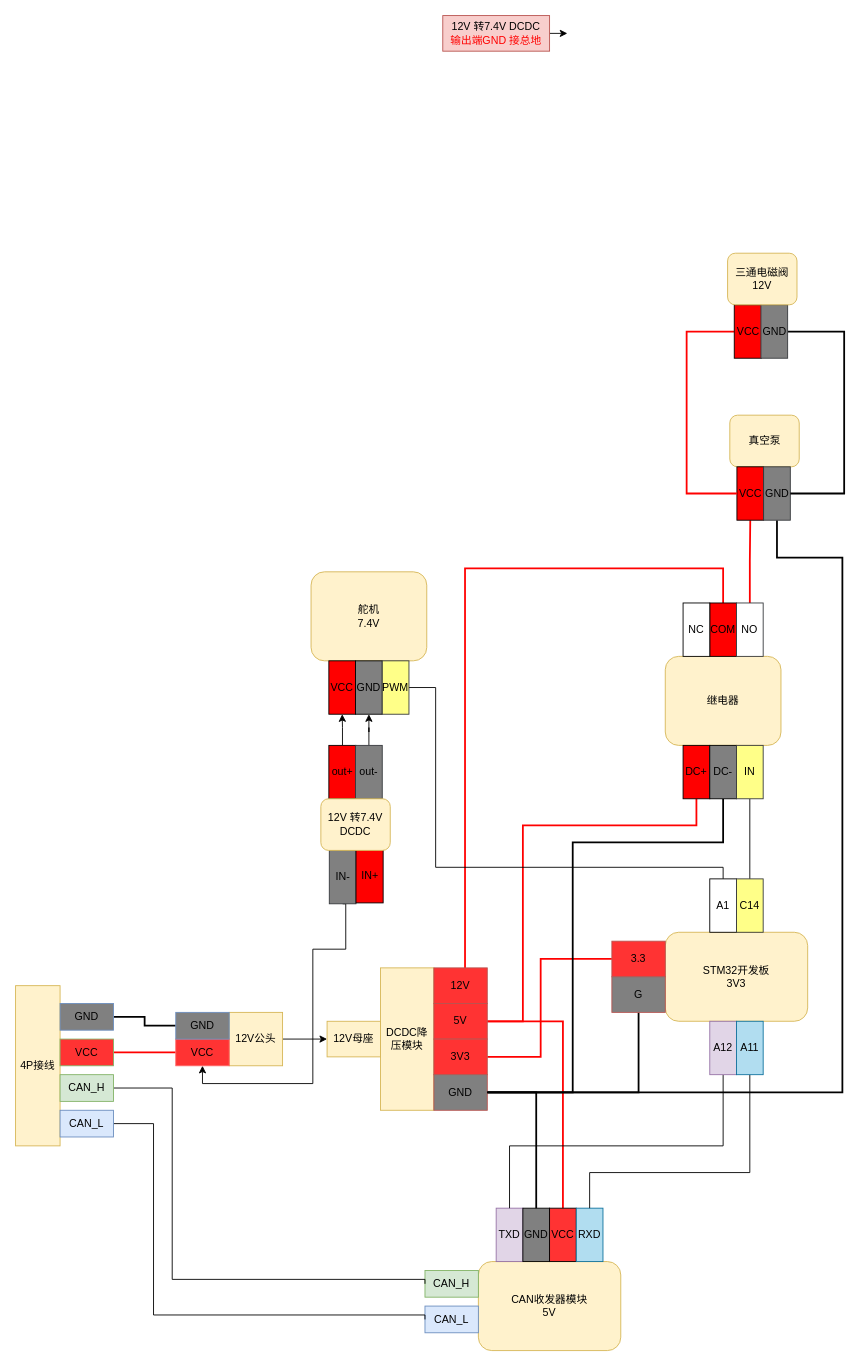
This is page "第 4 页" (4 of 4) of 未命名绘图.drawio from enpeizhao/drawio_disk, a draw.io file, before an edit. Source tidied: cells renumbered, new cells numbered last; positions are measured from the earlier drawing's top-left corner, leaving out a move shared by most shapes. Both pictures are drawn from the tidied source at 89%, with x=0, y=0 at pixel (15, 15).
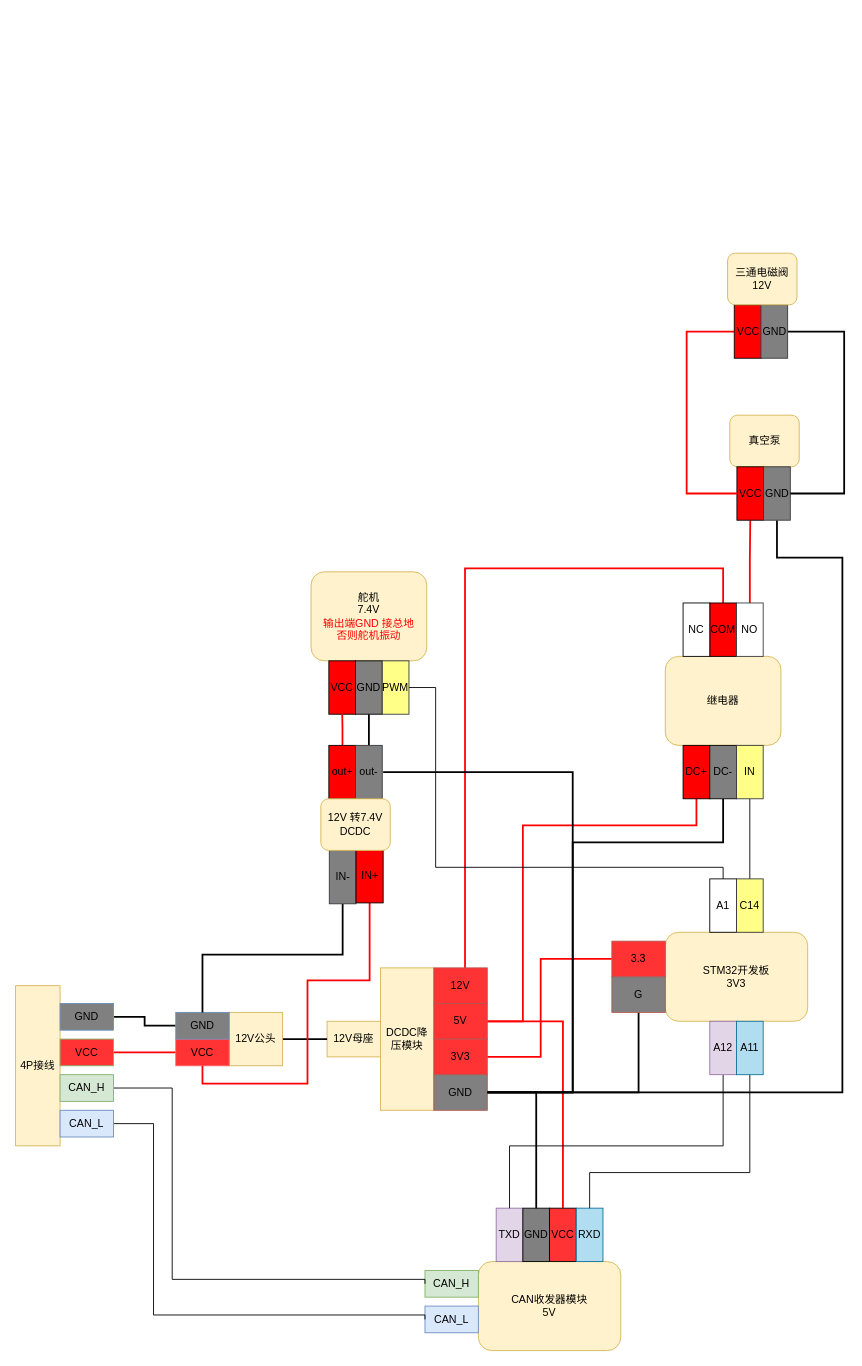
Above is the later version.

Commit message:
更新未命名绘图.drawio

The change refers to these unchanged cells:
```xml
<mxCell id="11" value="12V母座" style="rounded=0;whiteSpace=wrap;html=1;fillColor=#fff2cc;strokeColor=#d6b656;" parent="1" vertex="1">
  <mxGeometry x="350" y="1130" width="60" height="40" as="geometry" />
</mxCell>
<mxCell id="30" value="12V公头" style="rounded=0;whiteSpace=wrap;html=1;fillColor=#fff2cc;strokeColor=#d6b656;" parent="1" vertex="1">
  <mxGeometry x="240" y="1120" width="60" height="60" as="geometry" />
</mxCell>
<mxCell id="31" value="VCC" style="rounded=0;whiteSpace=wrap;html=1;fillColor=#FF3333;strokeColor=#FF6666;" parent="1" vertex="1">
  <mxGeometry x="180" y="1150" width="60" height="30" as="geometry" />
</mxCell>
<mxCell id="32" value="GND" style="rounded=0;whiteSpace=wrap;html=1;fillColor=#808080;strokeColor=#6c8ebf;" parent="1" vertex="1">
  <mxGeometry x="180" y="1120" width="60" height="30" as="geometry" />
</mxCell>
<mxCell id="66" value="VCC" style="rounded=0;whiteSpace=wrap;html=1;fillColor=#FF0000;" parent="1" vertex="1">
  <mxGeometry x="352" y="725" width="30" height="60" as="geometry" />
</mxCell>
<mxCell id="67" value="GND" style="rounded=0;whiteSpace=wrap;html=1;fillColor=#808080;" parent="1" vertex="1">
  <mxGeometry x="382" y="725" width="30" height="60" as="geometry" />
</mxCell>
<mxCell id="70" value="IN-" style="rounded=0;whiteSpace=wrap;html=1;fillColor=#808080;strokeColor=#36393d;" parent="1" vertex="1">
  <mxGeometry x="352.5" y="938" width="30" height="60" as="geometry" />
</mxCell>
<mxCell id="72" value="out+" style="rounded=0;whiteSpace=wrap;html=1;fillColor=#FF0000;" parent="1" vertex="1">
  <mxGeometry x="352" y="820" width="30.5" height="60" as="geometry" />
</mxCell>
<mxCell id="74" value="out-" style="rounded=0;whiteSpace=wrap;html=1;fillColor=#808080;strokeColor=#36393d;" parent="1" vertex="1">
  <mxGeometry x="382" y="820" width="30" height="60" as="geometry" />
</mxCell>
<mxCell id="75" value="IN+" style="rounded=0;whiteSpace=wrap;html=1;fillColor=#FF0000;" parent="1" vertex="1">
  <mxGeometry x="382.5" y="937" width="30.5" height="60" as="geometry" />
</mxCell>
```

Change to the diagram source:
```diff
@@
-    <mxCell id="13" style="edgeStyle=orthogonalEdgeStyle;rounded=0;jettySize=auto;html=1;" parent="1" edge="1" source="14">
-      <mxGeometry relative="1" as="geometry">
-        <mxPoint x="620" y="20" as="targetPoint" />
-      </mxGeometry>
-    </mxCell>
-    <mxCell id="14" value="12V 转7.4V DCDC&lt;br&gt;&lt;font color=&quot;#ff0000&quot;&gt;输出端GND 接总地&lt;/font&gt;" style="rounded=0;whiteSpace=wrap;html=1;fillColor=#f8cecc;strokeColor=#b85450;" parent="1" vertex="1">
-      <mxGeometry x="480" width="120" height="40" as="geometry" />
-    </mxCell>
@@
-    <mxCell id="29" style="edgeStyle=orthogonalEdgeStyle;rounded=0;jettySize=auto;html=1;" parent="1" edge="1" source="30" target="11">
+    <mxCell id="29" style="edgeStyle=orthogonalEdgeStyle;rounded=0;jettySize=auto;html=1;startArrow=none;startFill=0;strokeWidth=2;endArrow=none;" parent="1" edge="1" source="30" target="11">
       <mxGeometry relative="1" as="geometry" />
     </mxCell>
@@
-    <mxCell id="65" value="舵机&lt;div&gt;7.4V&lt;/div&gt;" style="rounded=1;whiteSpace=wrap;html=1;fillColor=#fff2cc;strokeColor=#d6b656;" parent="1" vertex="1">
+    <mxCell id="65" value="舵机&lt;div&gt;7.4V&lt;/div&gt;&lt;div&gt;&lt;span style=&quot;color: rgb(255, 0, 0);&quot;&gt;输出端GND 接总地&lt;/span&gt;&lt;/div&gt;&lt;div&gt;&lt;span style=&quot;color: rgb(255, 0, 0);&quot;&gt;否则舵机振动&lt;/span&gt;&lt;/div&gt;" style="rounded=1;whiteSpace=wrap;html=1;fillColor=#fff2cc;strokeColor=#d6b656;" parent="1" vertex="1">
       <mxGeometry x="332" y="625" width="130" height="100" as="geometry" />
     </mxCell>
@@
-    <mxCell id="69" style="edgeStyle=orthogonalEdgeStyle;rounded=0;jettySize=auto;html=1;exitX=0.5;exitY=1;exitDx=0;exitDy=0;entryX=0.5;entryY=1;entryDx=0;entryDy=0;" parent="1" edge="1" source="70" target="31">
-      <mxGeometry relative="1" as="geometry">
-        <Array as="points">
-          <mxPoint x="371" y="998" />
-          <mxPoint x="371" y="1049" />
-          <mxPoint x="334" y="1049" />
-          <mxPoint x="334" y="1200" />
-          <mxPoint x="210" y="1200" />
-        </Array>
-      </mxGeometry>
-    </mxCell>
+    <mxCell id="77" style="edgeStyle=orthogonalEdgeStyle;rounded=0;jettySize=auto;html=1;endArrow=none;startFill=0;strokeWidth=2;" parent="1" edge="1" source="70" target="32">
+      <mxGeometry relative="1" as="geometry">
+        <Array as="points">
+          <mxPoint x="368" y="1055" />
+          <mxPoint x="210" y="1055" />
+        </Array>
+      </mxGeometry>
+    </mxCell>
@@
-    <mxCell id="71" style="edgeStyle=orthogonalEdgeStyle;rounded=0;jettySize=auto;html=1;" parent="1" edge="1" source="72" target="66">
+    <mxCell id="71" style="edgeStyle=orthogonalEdgeStyle;rounded=0;jettySize=auto;html=1;endArrow=none;startFill=0;strokeWidth=2;strokeColor=#FF0000;" parent="1" edge="1" source="72" target="66">
       <mxGeometry relative="1" as="geometry" />
     </mxCell>
@@
-    <mxCell id="73" style="edgeStyle=orthogonalEdgeStyle;rounded=0;jettySize=auto;html=1;entryX=0.5;entryY=1;entryDx=0;entryDy=0;" parent="1" edge="1" source="74" target="67">
+    <mxCell id="73" style="edgeStyle=orthogonalEdgeStyle;rounded=0;jettySize=auto;html=1;entryX=0.5;entryY=1;entryDx=0;entryDy=0;endArrow=none;startFill=0;strokeWidth=2;" parent="1" edge="1" source="74" target="67">
       <mxGeometry relative="1" as="geometry" />
     </mxCell>
+    <mxCell id="78" style="edgeStyle=orthogonalEdgeStyle;rounded=0;orthogonalLoop=1;jettySize=auto;html=1;entryX=1;entryY=0.5;entryDx=0;entryDy=0;endArrow=none;startFill=0;strokeWidth=2;" parent="1" edge="1">
+      <mxGeometry relative="1" as="geometry">
+        <mxPoint x="413" y="850" as="sourcePoint" />
+        <mxPoint x="531" y="1210" as="targetPoint" />
+        <Array as="points">
+          <mxPoint x="626" y="850" />
+          <mxPoint x="626" y="1210" />
+        </Array>
+      </mxGeometry>
+    </mxCell>
@@
+    <mxCell id="79" style="edgeStyle=orthogonalEdgeStyle;rounded=0;jettySize=auto;html=1;entryX=0.5;entryY=1;entryDx=0;entryDy=0;endArrow=none;startFill=0;strokeColor=#FF0000;strokeWidth=2;" parent="1" edge="1" source="75" target="31">
+      <mxGeometry relative="1" as="geometry">
+        <Array as="points">
+          <mxPoint x="398" y="1084" />
+          <mxPoint x="328" y="1084" />
+          <mxPoint x="328" y="1200" />
+          <mxPoint x="210" y="1200" />
+        </Array>
+      </mxGeometry>
+    </mxCell>
```
